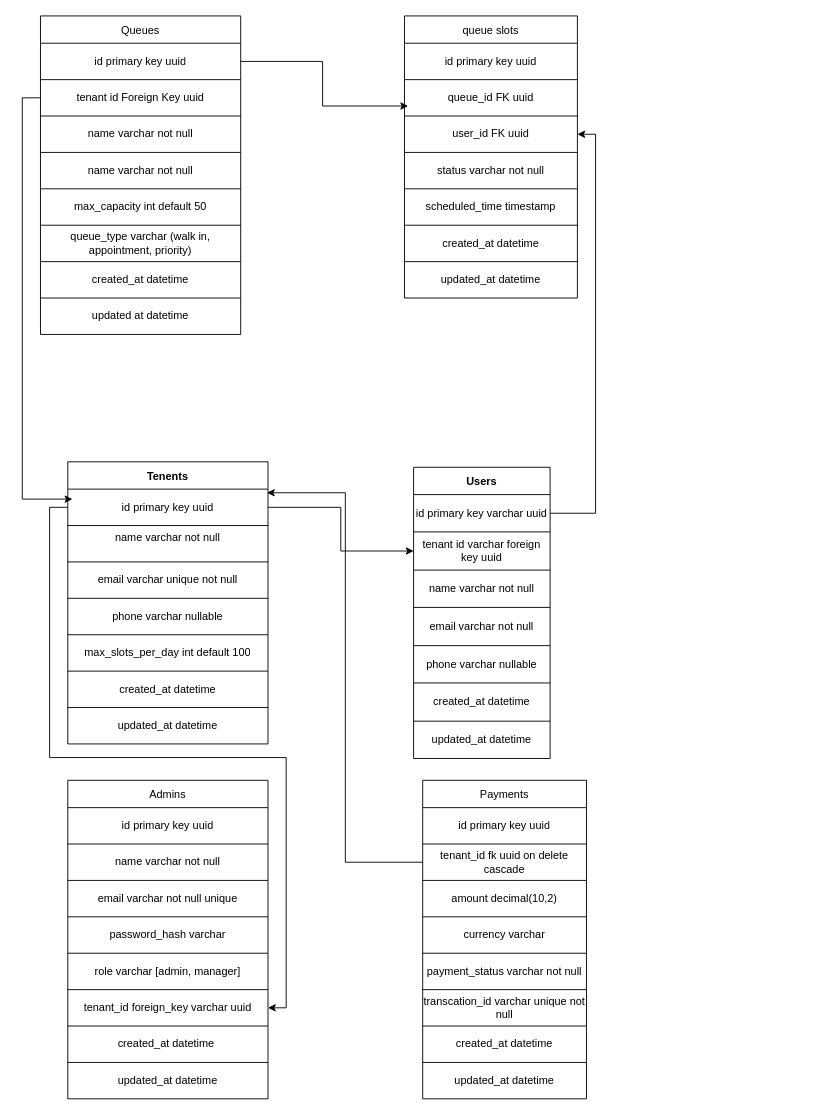
Before: Untitled Diagram.drawio in AkhileshThykkat/SQMS, a draw.io diagram. Source tidied: cells renumbered, new cells numbered last; positions are measured from the earlier drawing's top-left corner, leaving out a move shared by most shapes. Both pictures are drawn from the tidied source at 91%, with x=0, y=0 at pixel (40, 15).
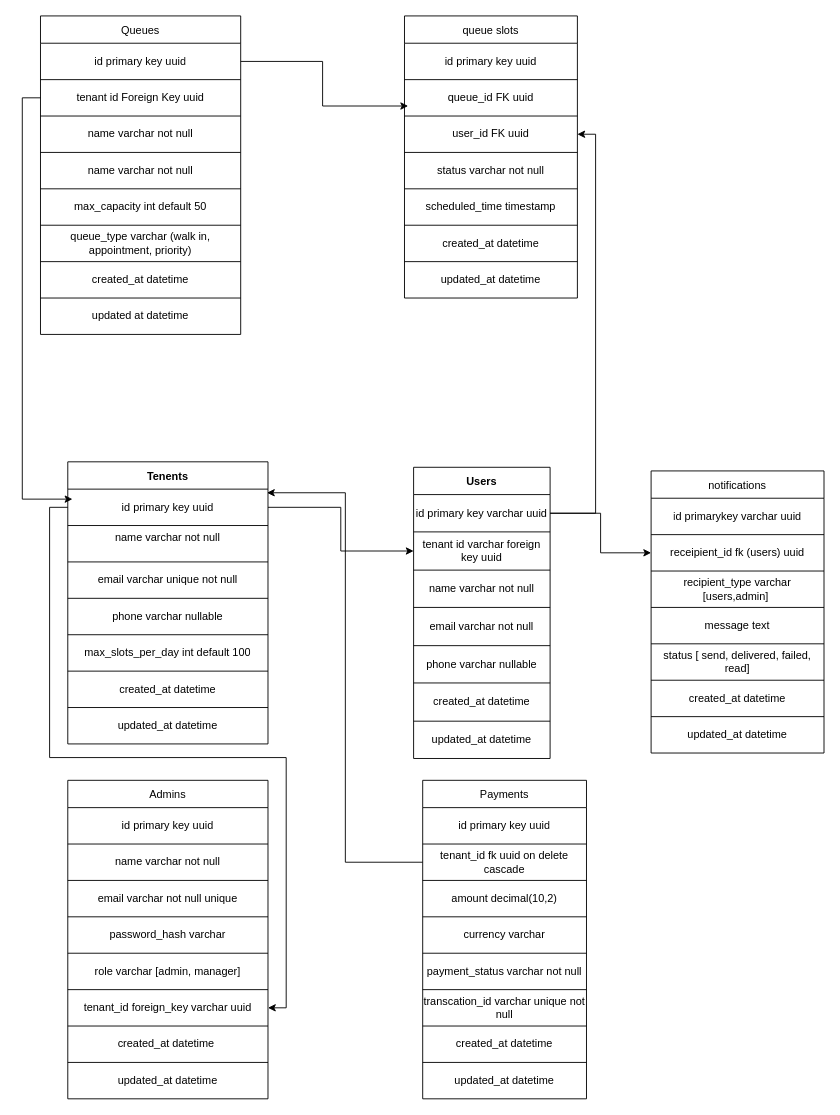
After the change.

The change refers to these unchanged cells:
```xml
<mxCell id="18" style="shape=tableRow;horizontal=0;startSize=0;swimlaneHead=0;swimlaneBody=0;strokeColor=inherit;top=0;left=0;bottom=0;right=0;fillColor=none;points=[[0,0.5],[1,0.5]];portConstraint=eastwest;" parent="17" vertex="1">
  <mxGeometry y="30" width="150" height="41" as="geometry" />
</mxCell>
```

The edit, as a diff of the source:
```diff
@@
+    <mxCell id="104" value="notifications" style="shape=table;startSize=30;childLayout=tableLayout;" parent="1" vertex="1">
+      <mxGeometry x="671" y="500" width="190" height="310" as="geometry" />
+    </mxCell>
+    <mxCell id="105" style="shape=tableRow;horizontal=0;startSize=0;swimlaneHead=0;swimlaneBody=0;strokeColor=inherit;top=0;left=0;bottom=0;right=0;fillColor=none;" parent="104" vertex="1">
+      <mxGeometry y="30" width="190" height="40" as="geometry" />
+    </mxCell>
+    <mxCell id="106" value="id primarykey varchar uuid" style="shape=partialRectangle;html=1;whiteSpace=wrap;strokeColor=inherit;overflow=hidden;fillColor=none;top=0;left=0;bottom=0;right=0;" parent="105" vertex="1">
+      <mxGeometry width="190" height="40" as="geometry" />
+    </mxCell>
+    <mxCell id="107" style="shape=tableRow;horizontal=0;startSize=0;swimlaneHead=0;swimlaneBody=0;strokeColor=inherit;top=0;left=0;bottom=0;right=0;fillColor=none;points=[[0,0.5],[1,0.5]];portConstraint=eastwest;" parent="104" vertex="1">
+      <mxGeometry y="70" width="190" height="40" as="geometry" />
+    </mxCell>
+    <mxCell id="108" value="receipient_id fk (users) uuid" style="shape=partialRectangle;html=1;whiteSpace=wrap;strokeColor=inherit;overflow=hidden;fillColor=none;top=0;left=0;bottom=0;right=0;" parent="107" vertex="1">
+      <mxGeometry width="190" height="40" as="geometry" />
+    </mxCell>
+    <mxCell id="109" style="shape=tableRow;horizontal=0;startSize=0;swimlaneHead=0;swimlaneBody=0;strokeColor=inherit;top=0;left=0;bottom=0;right=0;fillColor=none;" parent="104" vertex="1">
+      <mxGeometry y="110" width="190" height="40" as="geometry" />
+    </mxCell>
+    <mxCell id="110" value="recipient_type&amp;nbsp;varchar [users,admin]&amp;nbsp;" style="shape=partialRectangle;html=1;whiteSpace=wrap;strokeColor=inherit;overflow=hidden;fillColor=none;top=0;left=0;bottom=0;right=0;" parent="109" vertex="1">
+      <mxGeometry width="190" height="40" as="geometry" />
+    </mxCell>
+    <mxCell id="111" style="shape=tableRow;horizontal=0;startSize=0;swimlaneHead=0;swimlaneBody=0;strokeColor=inherit;top=0;left=0;bottom=0;right=0;fillColor=none;" parent="104" vertex="1">
+      <mxGeometry y="150" width="190" height="40" as="geometry" />
+    </mxCell>
+    <mxCell id="112" value="message text" style="shape=partialRectangle;html=1;whiteSpace=wrap;strokeColor=inherit;overflow=hidden;fillColor=none;top=0;left=0;bottom=0;right=0;" parent="111" vertex="1">
+      <mxGeometry width="190" height="40" as="geometry" />
+    </mxCell>
+    <mxCell id="113" style="shape=tableRow;horizontal=0;startSize=0;swimlaneHead=0;swimlaneBody=0;strokeColor=inherit;top=0;left=0;bottom=0;right=0;fillColor=none;" parent="104" vertex="1">
+      <mxGeometry y="190" width="190" height="40" as="geometry" />
+    </mxCell>
+    <mxCell id="114" value="status [ send, delivered, failed, read]" style="shape=partialRectangle;html=1;whiteSpace=wrap;strokeColor=inherit;overflow=hidden;fillColor=none;top=0;left=0;bottom=0;right=0;" parent="113" vertex="1">
+      <mxGeometry width="190" height="40" as="geometry" />
+    </mxCell>
+    <mxCell id="115" style="shape=tableRow;horizontal=0;startSize=0;swimlaneHead=0;swimlaneBody=0;strokeColor=inherit;top=0;left=0;bottom=0;right=0;fillColor=none;" parent="104" vertex="1">
+      <mxGeometry y="230" width="190" height="40" as="geometry" />
+    </mxCell>
+    <mxCell id="116" value="created_at datetime" style="shape=partialRectangle;html=1;whiteSpace=wrap;strokeColor=inherit;overflow=hidden;fillColor=none;top=0;left=0;bottom=0;right=0;" parent="115" vertex="1">
+      <mxGeometry width="190" height="40" as="geometry" />
+    </mxCell>
+    <mxCell id="117" style="shape=tableRow;horizontal=0;startSize=0;swimlaneHead=0;swimlaneBody=0;strokeColor=inherit;top=0;left=0;bottom=0;right=0;fillColor=none;" parent="104" vertex="1">
+      <mxGeometry y="270" width="190" height="40" as="geometry" />
+    </mxCell>
+    <mxCell id="118" value="updated_at datetime" style="shape=partialRectangle;html=1;whiteSpace=wrap;strokeColor=inherit;overflow=hidden;fillColor=none;top=0;left=0;bottom=0;right=0;" parent="117" vertex="1">
+      <mxGeometry width="190" height="40" as="geometry" />
+    </mxCell>
+    <mxCell id="119" style="edgeStyle=orthogonalEdgeStyle;rounded=0;jettySize=auto;html=1;exitX=1;exitY=0.5;exitDx=0;exitDy=0;entryX=0;entryY=0.5;entryDx=0;entryDy=0;" parent="1" edge="1" source="18" target="107">
+      <mxGeometry relative="1" as="geometry" />
+    </mxCell>
```
